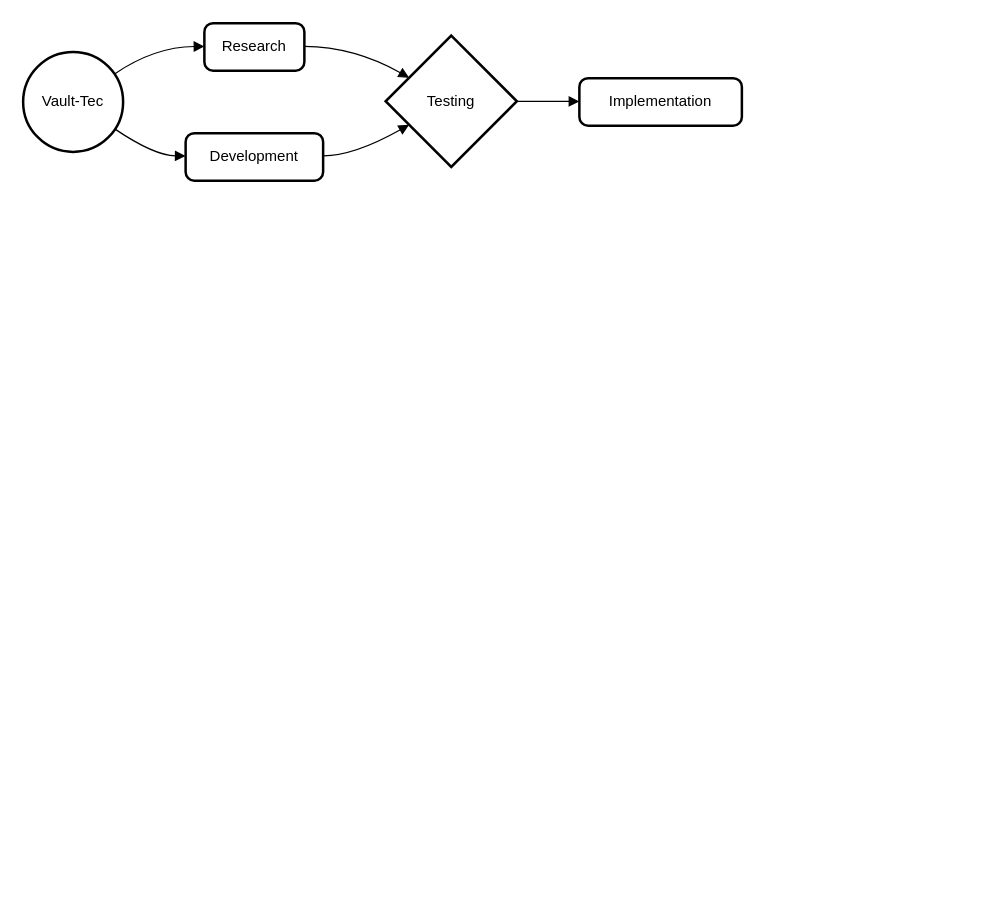
frozenproof/dactaphanmem keeps this draw.io diagram as security-template/vaulttec.drawio. Above is the earlier version. Source tidied: cells renumbered, new cells numbered last; positions are measured from the earlier drawing's top-left corner, leaving out a move shared by most shapes. Both pictures are drawn from the tidied source at 125%, with x=0, y=0 at pixel (22, 22).
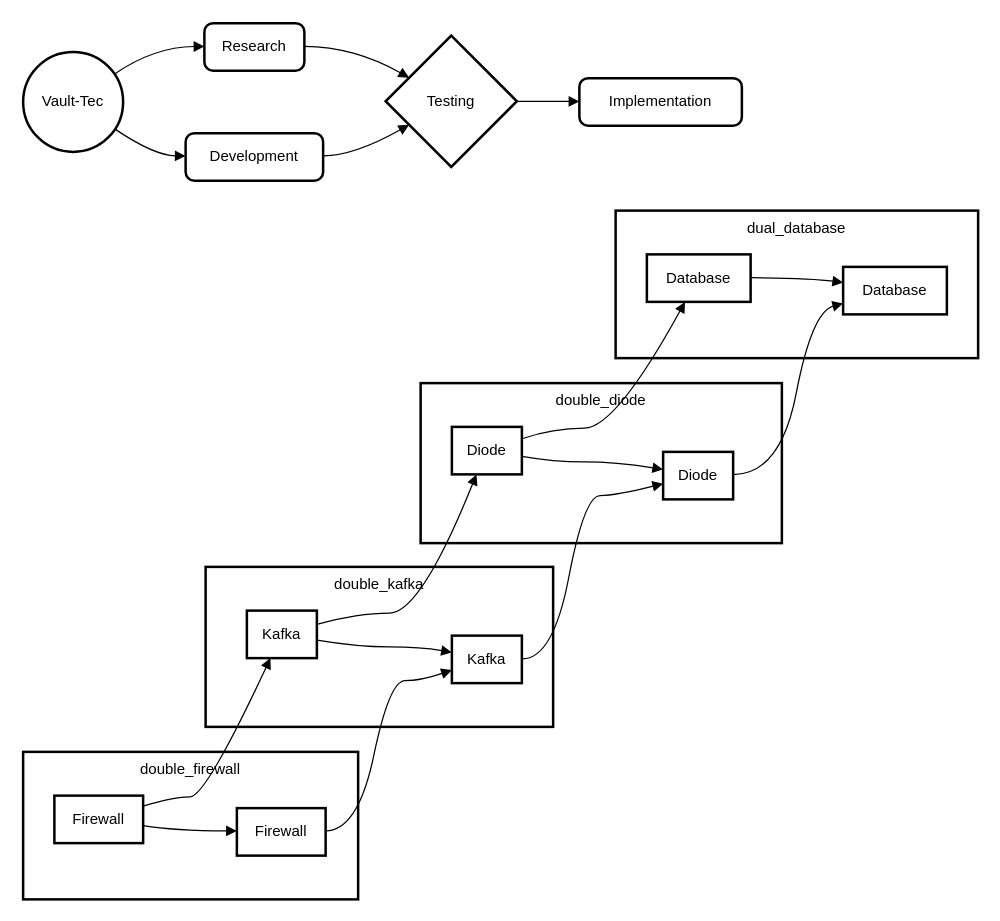
After the change.

The edit, as a diff of the source:
```diff
@@
+    <mxCell id="12" value="dual_database" style="whiteSpace=wrap;strokeWidth=2;verticalAlign=top;" parent="1" vertex="1">
+      <mxGeometry x="474" y="150" width="290" height="118" as="geometry" />
+    </mxCell>
+    <mxCell id="13" value="Database" style="whiteSpace=wrap;strokeWidth=2;" parent="1" vertex="1">
+      <mxGeometry x="656" y="195" width="83" height="38" as="geometry" />
+    </mxCell>
+    <mxCell id="14" value="Database" style="whiteSpace=wrap;strokeWidth=2;" parent="1" vertex="1">
+      <mxGeometry x="499" y="185" width="83" height="38" as="geometry" />
+    </mxCell>
+    <mxCell id="15" value="double_diode" style="whiteSpace=wrap;strokeWidth=2;verticalAlign=top;" parent="1" vertex="1">
+      <mxGeometry x="318" y="288" width="289" height="128" as="geometry" />
+    </mxCell>
+    <mxCell id="16" value="Diode" style="whiteSpace=wrap;strokeWidth=2;" parent="1" vertex="1">
+      <mxGeometry x="512" y="343" width="56" height="38" as="geometry" />
+    </mxCell>
+    <mxCell id="17" value="Diode" style="whiteSpace=wrap;strokeWidth=2;" parent="1" vertex="1">
+      <mxGeometry x="343" y="323" width="56" height="38" as="geometry" />
+    </mxCell>
+    <mxCell id="18" value="double_kafka" style="whiteSpace=wrap;strokeWidth=2;verticalAlign=top;" parent="1" vertex="1">
+      <mxGeometry x="146" y="435" width="278" height="128" as="geometry" />
+    </mxCell>
+    <mxCell id="19" value="Kafka" style="whiteSpace=wrap;strokeWidth=2;" parent="1" vertex="1">
+      <mxGeometry x="343" y="490" width="56" height="38" as="geometry" />
+    </mxCell>
+    <mxCell id="20" value="Kafka" style="whiteSpace=wrap;strokeWidth=2;" parent="1" vertex="1">
+      <mxGeometry x="179" y="470" width="56" height="38" as="geometry" />
+    </mxCell>
+    <mxCell id="21" value="double_firewall" style="whiteSpace=wrap;strokeWidth=2;verticalAlign=top;" parent="1" vertex="1">
+      <mxGeometry y="583" width="268" height="118" as="geometry" />
+    </mxCell>
+    <mxCell id="22" value="Firewall" style="whiteSpace=wrap;strokeWidth=2;" parent="1" vertex="1">
+      <mxGeometry x="171" y="628" width="71" height="38" as="geometry" />
+    </mxCell>
+    <mxCell id="23" value="Firewall" style="whiteSpace=wrap;strokeWidth=2;" parent="1" vertex="1">
+      <mxGeometry x="25" y="618" width="71" height="38" as="geometry" />
+    </mxCell>
+    <mxCell id="24" style="curved=1;startArrow=none;endArrow=block;exitX=1;exitY=0.63;entryX=0;entryY=0.48;rounded=0;" parent="1" edge="1" source="23" target="22">
+      <mxGeometry relative="1" as="geometry">
+        <Array as="points">
+          <mxPoint x="121" y="646" />
+        </Array>
+      </mxGeometry>
+    </mxCell>
+    <mxCell id="25" style="curved=1;startArrow=none;endArrow=block;exitX=1;exitY=0.62;entryX=-0.01;entryY=0.35;rounded=0;" parent="1" edge="1" source="20" target="19">
+      <mxGeometry relative="1" as="geometry">
+        <Array as="points">
+          <mxPoint x="268" y="499" />
+          <mxPoint x="318" y="499" />
+        </Array>
+      </mxGeometry>
+    </mxCell>
+    <mxCell id="26" style="curved=1;startArrow=none;endArrow=block;exitX=1;exitY=0.62;entryX=0;entryY=0.37;rounded=0;" parent="1" edge="1" source="17" target="16">
+      <mxGeometry relative="1" as="geometry">
+        <Array as="points">
+          <mxPoint x="424" y="351" />
+          <mxPoint x="474" y="351" />
+        </Array>
+      </mxGeometry>
+    </mxCell>
+    <mxCell id="27" style="curved=1;startArrow=none;endArrow=block;exitX=0.99;exitY=0.49;entryX=0;entryY=0.33;rounded=0;" parent="1" edge="1" source="14" target="13">
+      <mxGeometry relative="1" as="geometry">
+        <Array as="points">
+          <mxPoint x="631" y="204" />
+        </Array>
+      </mxGeometry>
+    </mxCell>
+    <mxCell id="28" style="curved=1;startArrow=none;endArrow=block;exitX=1;exitY=0.22;entryX=0.34;entryY=0.99;rounded=0;" parent="1" edge="1" source="23" target="20">
+      <mxGeometry relative="1" as="geometry">
+        <Array as="points">
+          <mxPoint x="121" y="619" />
+          <mxPoint x="146" y="619" />
+        </Array>
+      </mxGeometry>
+    </mxCell>
+    <mxCell id="29" style="curved=1;startArrow=none;endArrow=block;exitX=1.01;exitY=0.48;entryX=-0.01;entryY=0.73;rounded=0;" parent="1" edge="1" source="22" target="19">
+      <mxGeometry relative="1" as="geometry">
+        <Array as="points">
+          <mxPoint x="268" y="646" />
+          <mxPoint x="293" y="526" />
+          <mxPoint x="318" y="526" />
+        </Array>
+      </mxGeometry>
+    </mxCell>
+    <mxCell id="30" style="curved=1;startArrow=none;endArrow=block;exitX=1;exitY=0.29;entryX=0.36;entryY=0.97;rounded=0;" parent="1" edge="1" source="20" target="17">
+      <mxGeometry relative="1" as="geometry">
+        <Array as="points">
+          <mxPoint x="268" y="472" />
+          <mxPoint x="318" y="472" />
+        </Array>
+      </mxGeometry>
+    </mxCell>
+    <mxCell id="31" style="curved=1;startArrow=none;endArrow=block;exitX=1;exitY=0.49;entryX=0;entryY=0.67;rounded=0;" parent="1" edge="1" source="19" target="16">
+      <mxGeometry relative="1" as="geometry">
+        <Array as="points">
+          <mxPoint x="424" y="509" />
+          <mxPoint x="449" y="378" />
+          <mxPoint x="474" y="378" />
+        </Array>
+      </mxGeometry>
+    </mxCell>
+    <mxCell id="32" style="curved=1;startArrow=none;endArrow=block;exitX=1;exitY=0.25;entryX=0.37;entryY=0.99;rounded=0;" parent="1" edge="1" source="17" target="14">
+      <mxGeometry relative="1" as="geometry">
+        <Array as="points">
+          <mxPoint x="424" y="324" />
+          <mxPoint x="474" y="324" />
+        </Array>
+      </mxGeometry>
+    </mxCell>
+    <mxCell id="33" style="curved=1;startArrow=none;endArrow=block;exitX=1;exitY=0.48;entryX=0;entryY=0.77;rounded=0;" parent="1" edge="1" source="16" target="13">
+      <mxGeometry relative="1" as="geometry">
+        <Array as="points">
+          <mxPoint x="606" y="361" />
+          <mxPoint x="631" y="231" />
+        </Array>
+      </mxGeometry>
+    </mxCell>
```
